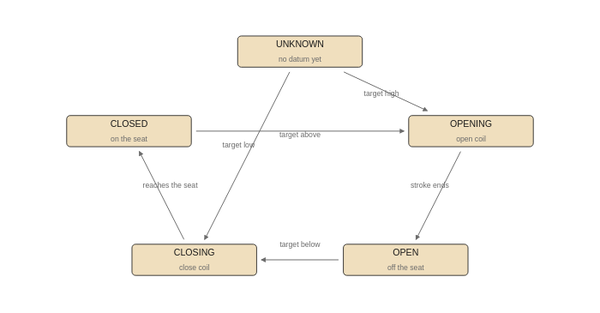
This is images/logic/block_Actuator.drawio.svg from pstch/botanik2, a draw.io export, as it was before one commit. Source tidied: cells renumbered, new cells last; positions are measured from the earlier drawing's top-left corner, leaving out a move shared by most shapes.
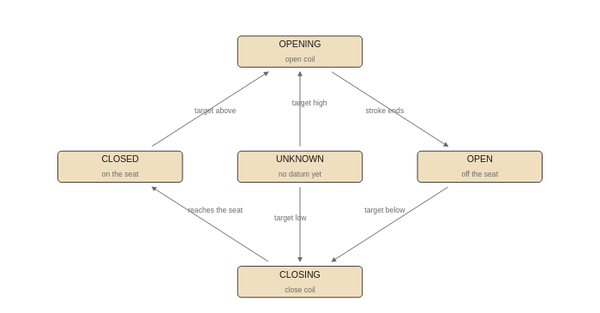
The same file after the commit.

Commit message:
logic report: the Actuator's entry state stops sitting on its cycle

Change to the diagram source:
```diff
@@ -2,74 +2,74 @@
   <root>
     <mxCell id="0" />
     <mxCell id="1" parent="0" />
-    <mxCell id="2" value="UNKNOWN" style="rounded=1;fillColor=#f0dfbe;strokeColor=#1a1a1a;whiteSpace=wrap;html=1;fontSize=8;" parent="1" vertex="1">
+    <mxCell id="2" value="OPENING" style="rounded=1;fillColor=#f0dfbe;strokeColor=#1a1a1a;whiteSpace=wrap;html=1;fontSize=8;" parent="1" vertex="1">
       <mxGeometry x="143" width="104" height="26" as="geometry" />
     </mxCell>
-    <mxCell id="3" value="OPENING" style="rounded=1;fillColor=#f0dfbe;strokeColor=#1a1a1a;whiteSpace=wrap;html=1;fontSize=8;" parent="1" vertex="1">
-      <mxGeometry x="285.7" y="66.3" width="104" height="26" as="geometry" />
+    <mxCell id="3" value="OPEN" style="rounded=1;fillColor=#f0dfbe;strokeColor=#1a1a1a;whiteSpace=wrap;html=1;fontSize=8;" parent="1" vertex="1">
+      <mxGeometry x="293" y="96" width="104" height="26" as="geometry" />
     </mxCell>
-    <mxCell id="4" value="OPEN" style="rounded=1;fillColor=#f0dfbe;strokeColor=#1a1a1a;whiteSpace=wrap;html=1;fontSize=8;" parent="1" vertex="1">
-      <mxGeometry x="231.2" y="173.7" width="104" height="26" as="geometry" />
+    <mxCell id="4" value="CLOSING" style="rounded=1;fillColor=#f0dfbe;strokeColor=#1a1a1a;whiteSpace=wrap;html=1;fontSize=8;" parent="1" vertex="1">
+      <mxGeometry x="143" y="192" width="104" height="26" as="geometry" />
     </mxCell>
-    <mxCell id="5" value="CLOSING" style="rounded=1;fillColor=#f0dfbe;strokeColor=#1a1a1a;whiteSpace=wrap;html=1;fontSize=8;" parent="1" vertex="1">
-      <mxGeometry x="54.8" y="173.7" width="104" height="26" as="geometry" />
+    <mxCell id="5" value="CLOSED" style="rounded=1;fillColor=#f0dfbe;strokeColor=#1a1a1a;whiteSpace=wrap;html=1;fontSize=8;" parent="1" vertex="1">
+      <mxGeometry x="-7" y="96" width="104" height="26" as="geometry" />
     </mxCell>
-    <mxCell id="6" value="CLOSED" style="rounded=1;fillColor=#f0dfbe;strokeColor=#1a1a1a;whiteSpace=wrap;html=1;fontSize=8;" parent="1" vertex="1">
-      <mxGeometry x="0.3" y="66.3" width="104" height="26" as="geometry" />
+    <mxCell id="6" value="UNKNOWN" style="rounded=1;fillColor=#f0dfbe;strokeColor=#1a1a1a;whiteSpace=wrap;html=1;fontSize=8;" parent="1" vertex="1">
+      <mxGeometry x="143" y="96" width="104" height="26" as="geometry" />
     </mxCell>
     <mxCell id="7" style="edgeStyle=none;html=1;strokeColor=#6b6b6b;endArrow=block;" parent="1" edge="1">
       <mxGeometry relative="1" as="geometry">
-        <mxPoint x="231.6" y="30" as="sourcePoint" />
-        <mxPoint x="301.1" y="62.3" as="targetPoint" />
+        <mxPoint x="195" y="92" as="sourcePoint" />
+        <mxPoint x="195" y="30" as="targetPoint" />
       </mxGeometry>
     </mxCell>
     <mxCell id="8" value="target high" style="text;html=1;fontSize=6;fontColor=#6b6b6b;align=center;" parent="1" vertex="1">
-      <mxGeometry x="263" y="44.2" width="55" height="10.2" as="geometry" />
+      <mxGeometry x="203" y="51.8" width="55" height="10.2" as="geometry" />
     </mxCell>
     <mxCell id="9" style="edgeStyle=none;html=1;strokeColor=#6b6b6b;endArrow=block;" parent="1" edge="1">
       <mxGeometry relative="1" as="geometry">
-        <mxPoint x="186.4" y="30" as="sourcePoint" />
-        <mxPoint x="115.5" y="169.7" as="targetPoint" />
+        <mxPoint x="195" y="126" as="sourcePoint" />
+        <mxPoint x="195" y="188" as="targetPoint" />
       </mxGeometry>
     </mxCell>
     <mxCell id="10" value="target low" style="text;html=1;fontSize=6;fontColor=#6b6b6b;align=center;" parent="1" vertex="1">
-      <mxGeometry x="143.8" y="87" width="50" height="10.2" as="geometry" />
+      <mxGeometry x="187" y="147.8" width="50" height="10.2" as="geometry" />
     </mxCell>
     <mxCell id="11" style="edgeStyle=none;html=1;strokeColor=#6b6b6b;endArrow=block;" parent="1" edge="1">
       <mxGeometry relative="1" as="geometry">
-        <mxPoint x="329" y="96.3" as="sourcePoint" />
-        <mxPoint x="291.8" y="169.7" as="targetPoint" />
+        <mxPoint x="221.6" y="30" as="sourcePoint" />
+        <mxPoint x="318.4" y="92" as="targetPoint" />
       </mxGeometry>
     </mxCell>
     <mxCell id="12" value="stroke ends" style="text;html=1;fontSize=6;fontColor=#6b6b6b;align=center;" parent="1" vertex="1">
-      <mxGeometry x="303.3" y="120.2" width="55" height="10.2" as="geometry" />
+      <mxGeometry x="265.7" y="58.5" width="55" height="10.2" as="geometry" />
     </mxCell>
     <mxCell id="13" style="edgeStyle=none;html=1;strokeColor=#6b6b6b;endArrow=block;" parent="1" edge="1">
       <mxGeometry relative="1" as="geometry">
-        <mxPoint x="227.2" y="186.7" as="sourcePoint" />
-        <mxPoint x="162.8" y="186.7" as="targetPoint" />
+        <mxPoint x="318.4" y="126" as="sourcePoint" />
+        <mxPoint x="221.6" y="188" as="targetPoint" />
       </mxGeometry>
     </mxCell>
     <mxCell id="14" value="target below" style="text;html=1;fontSize=6;fontColor=#6b6b6b;align=center;" parent="1" vertex="1">
-      <mxGeometry x="195" y="169.5" width="60" height="10.2" as="geometry" />
+      <mxGeometry x="265.7" y="141.1" width="60" height="10.2" as="geometry" />
     </mxCell>
     <mxCell id="15" style="edgeStyle=none;html=1;strokeColor=#6b6b6b;endArrow=block;" parent="1" edge="1">
       <mxGeometry relative="1" as="geometry">
-        <mxPoint x="98.2" y="169.7" as="sourcePoint" />
-        <mxPoint x="61" y="96.3" as="targetPoint" />
+        <mxPoint x="168.4" y="188" as="sourcePoint" />
+        <mxPoint x="71.6" y="126" as="targetPoint" />
       </mxGeometry>
     </mxCell>
     <mxCell id="16" value="reaches the seat" style="text;html=1;fontSize=6;fontColor=#6b6b6b;align=center;" parent="1" vertex="1">
-      <mxGeometry x="86.7" y="120.2" width="80" height="10.2" as="geometry" />
+      <mxGeometry x="124.3" y="141.1" width="80" height="10.2" as="geometry" />
     </mxCell>
     <mxCell id="17" style="edgeStyle=none;html=1;strokeColor=#6b6b6b;endArrow=block;" parent="1" edge="1">
       <mxGeometry relative="1" as="geometry">
-        <mxPoint x="108.3" y="79.3" as="sourcePoint" />
-        <mxPoint x="281.7" y="79.3" as="targetPoint" />
+        <mxPoint x="71.6" y="92" as="sourcePoint" />
+        <mxPoint x="168.4" y="30" as="targetPoint" />
       </mxGeometry>
     </mxCell>
     <mxCell id="18" value="target above" style="text;html=1;fontSize=6;fontColor=#6b6b6b;align=center;" parent="1" vertex="1">
-      <mxGeometry x="195" y="78.1" width="60" height="10.2" as="geometry" />
+      <mxGeometry x="124.3" y="58.5" width="60" height="10.2" as="geometry" />
     </mxCell>
   </root>
 </mxGraphModel>
```
